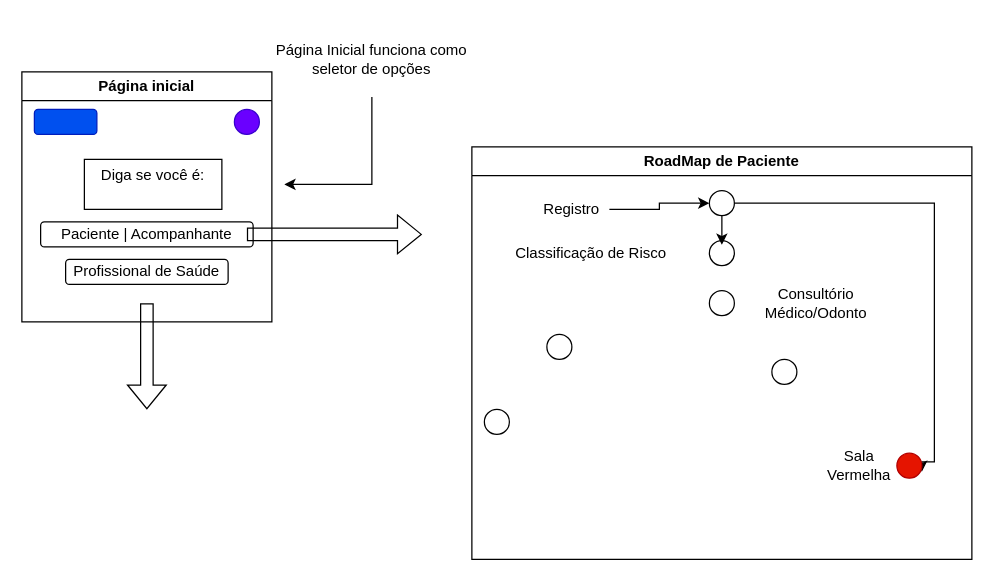
Earlier version of the draw.io diagram page "Página-1" (1 of 2) of página inicial.drawio (Angelohiukky/roadmap). Source tidied: cells renumbered, new cells numbered last; positions are measured from the earlier drawing's top-left corner, leaving out a move shared by most shapes. Both pictures are drawn from the tidied source at 125%, with x=0, y=0 at pixel (21, 21).
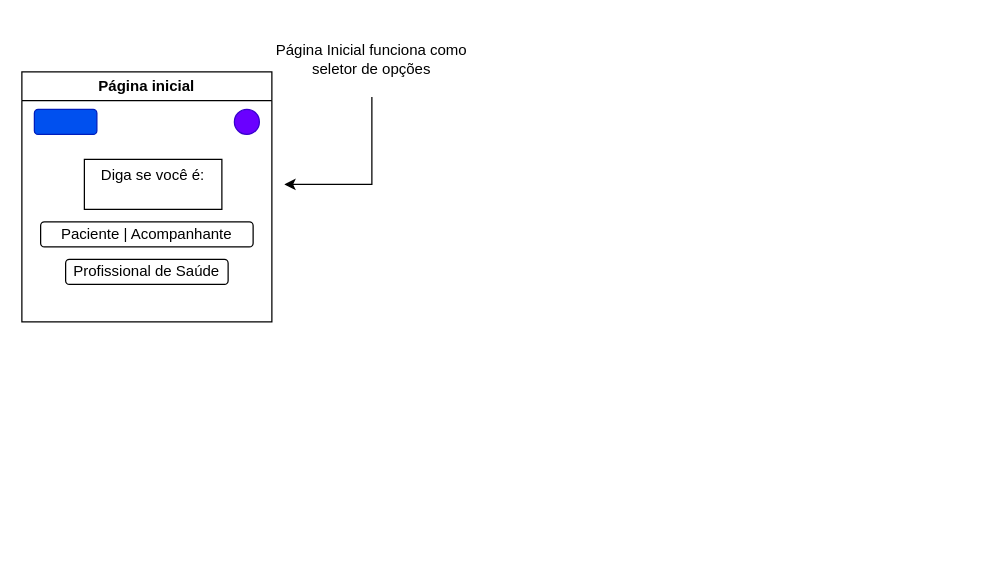
The same diagram, later.

Unchanged cells that the change refers to:
```xml
<mxCell id="2" value="Página inicial" style="swimlane;whiteSpace=wrap;html=1;" parent="1" vertex="1">
  <mxGeometry y="40" width="200" height="200" as="geometry" />
</mxCell>
```

The edit, as a diff of the source:
```diff
@@
-    <mxCell id="6" style="shape=flexArrow;endArrow=classic;html=1;rounded=0;" parent="2" edge="1">
-      <mxGeometry relative="1" as="geometry">
-        <mxPoint x="100" y="185" as="sourcePoint" />
-        <mxPoint x="100" y="270" as="targetPoint" />
-      </mxGeometry>
-    </mxCell>
@@
-    <mxCell id="9" style="shape=flexArrow;endArrow=classic;html=1;rounded=0;" parent="1" edge="1">
-      <mxGeometry relative="1" as="geometry">
-        <mxPoint x="180" y="170" as="sourcePoint" />
-        <mxPoint x="320" y="170" as="targetPoint" />
-      </mxGeometry>
-    </mxCell>
@@
-    <mxCell id="12" value="RoadMap de Paciente" style="swimlane;whiteSpace=wrap;html=1;" parent="1" vertex="1">
-      <mxGeometry x="360" y="100" width="400" height="330" as="geometry" />
-    </mxCell>
-    <mxCell id="13" style="edgeStyle=orthogonalEdgeStyle;rounded=0;jettySize=auto;html=1;exitX=1;exitY=0.5;exitDx=0;exitDy=0;" parent="12" edge="1" source="14">
-      <mxGeometry relative="1" as="geometry">
-        <mxPoint x="360" y="260" as="targetPoint" />
-        <Array as="points">
-          <mxPoint x="370" y="45" />
-          <mxPoint x="370" y="252" />
-        </Array>
-      </mxGeometry>
-    </mxCell>
-    <mxCell id="14" style="ellipse;whiteSpace=wrap;html=1;" parent="12" vertex="1">
-      <mxGeometry x="190" y="35" width="20" height="20" as="geometry" />
-    </mxCell>
-    <mxCell id="15" style="ellipse;whiteSpace=wrap;html=1;" parent="12" vertex="1">
-      <mxGeometry x="190" y="75" width="20" height="20" as="geometry" />
-    </mxCell>
-    <mxCell id="16" style="ellipse;whiteSpace=wrap;html=1;" parent="12" vertex="1">
-      <mxGeometry x="190" y="115" width="20" height="20" as="geometry" />
-    </mxCell>
-    <mxCell id="17" style="ellipse;whiteSpace=wrap;html=1;" parent="12" vertex="1">
-      <mxGeometry x="60" y="150" width="20" height="20" as="geometry" />
-    </mxCell>
-    <mxCell id="18" style="ellipse;whiteSpace=wrap;html=1;" parent="12" vertex="1">
-      <mxGeometry x="240" y="170" width="20" height="20" as="geometry" />
-    </mxCell>
-    <mxCell id="19" style="ellipse;whiteSpace=wrap;html=1;" parent="12" vertex="1">
-      <mxGeometry x="10" y="210" width="20" height="20" as="geometry" />
-    </mxCell>
-    <mxCell id="20" style="edgeStyle=orthogonalEdgeStyle;rounded=0;jettySize=auto;html=1;entryX=0;entryY=0.5;entryDx=0;entryDy=0;" parent="12" edge="1" source="21" target="14">
-      <mxGeometry relative="1" as="geometry" />
-    </mxCell>
-    <mxCell id="21" value="Registro" style="text;html=1;align=center;verticalAlign=middle;whiteSpace=wrap;rounded=0;" parent="12" vertex="1">
-      <mxGeometry x="50" y="35" width="60" height="30" as="geometry" />
-    </mxCell>
-    <mxCell id="22" style="edgeStyle=orthogonalEdgeStyle;rounded=0;jettySize=auto;html=1;exitX=0.5;exitY=1;exitDx=0;exitDy=0;entryX=0.5;entryY=0.167;entryDx=0;entryDy=0;entryPerimeter=0;" parent="12" edge="1" source="14" target="15">
-      <mxGeometry relative="1" as="geometry" />
-    </mxCell>
-    <mxCell id="23" style="ellipse;whiteSpace=wrap;html=1;fillColor=#e51400;strokeColor=#B20000;fontColor=#ffffff;" parent="12" vertex="1">
-      <mxGeometry x="340" y="245" width="20" height="20" as="geometry" />
-    </mxCell>
-    <mxCell id="24" value="Sala Vermelha" style="text;html=1;align=center;verticalAlign=middle;whiteSpace=wrap;rounded=0;" parent="12" vertex="1">
-      <mxGeometry x="280" y="240" width="60" height="30" as="geometry" />
-    </mxCell>
-    <mxCell id="25" value="Classificação de Risco" style="text;html=1;align=center;verticalAlign=middle;strokeColor=none;fillColor=none;" parent="12" vertex="1">
-      <mxGeometry x="20" y="70" width="150" height="30" as="geometry" />
-    </mxCell>
-    <mxCell id="26" value="Consultório&lt;div&gt;Médico/Odonto&lt;/div&gt;" style="text;html=1;align=center;verticalAlign=middle;strokeColor=none;fillColor=none;" parent="12" vertex="1">
-      <mxGeometry x="220" y="105" width="110" height="40" as="geometry" />
-    </mxCell>
```
